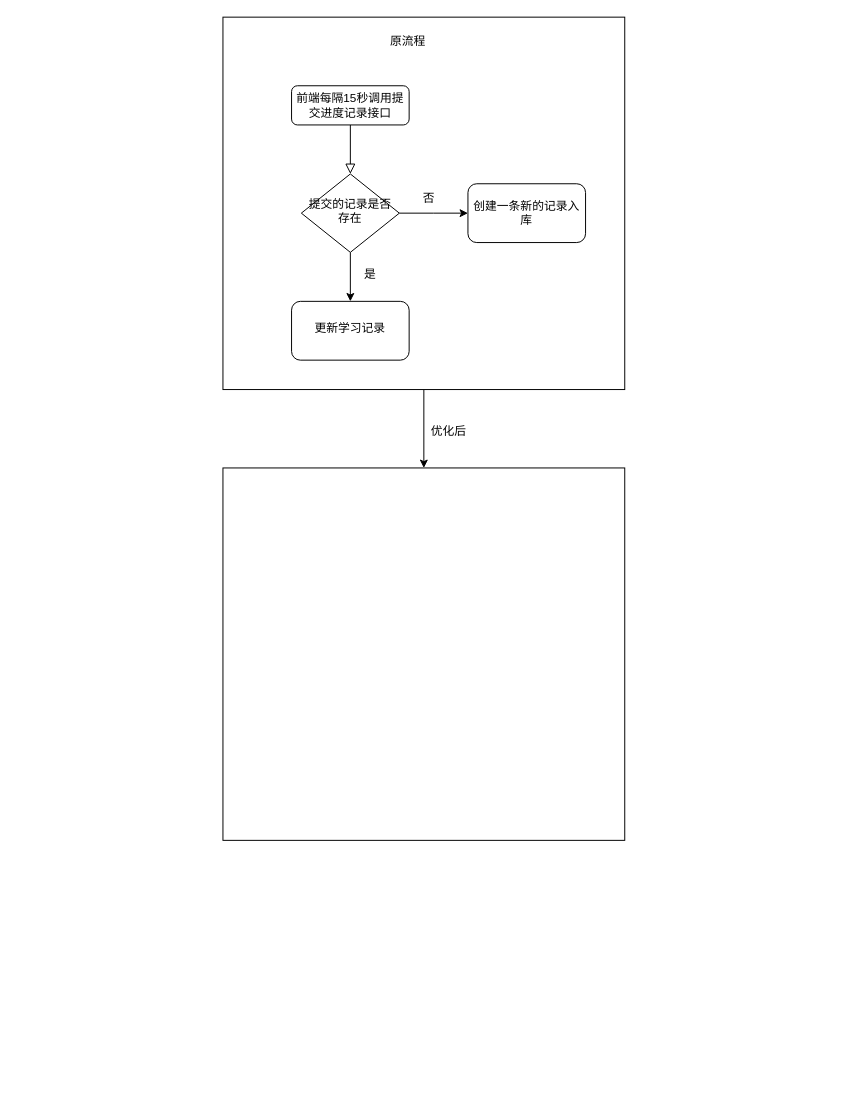
Earlier version of the draw.io diagram learnhub/学习进度记录优化.drawio (lianyutian/drawio). Source tidied: cells renumbered, new cells numbered last; positions are measured from the earlier drawing's top-left corner, leaving out a move shared by most shapes. Both pictures are drawn from the tidied source at 98%, with x=0, y=0 at pixel (222, 17).
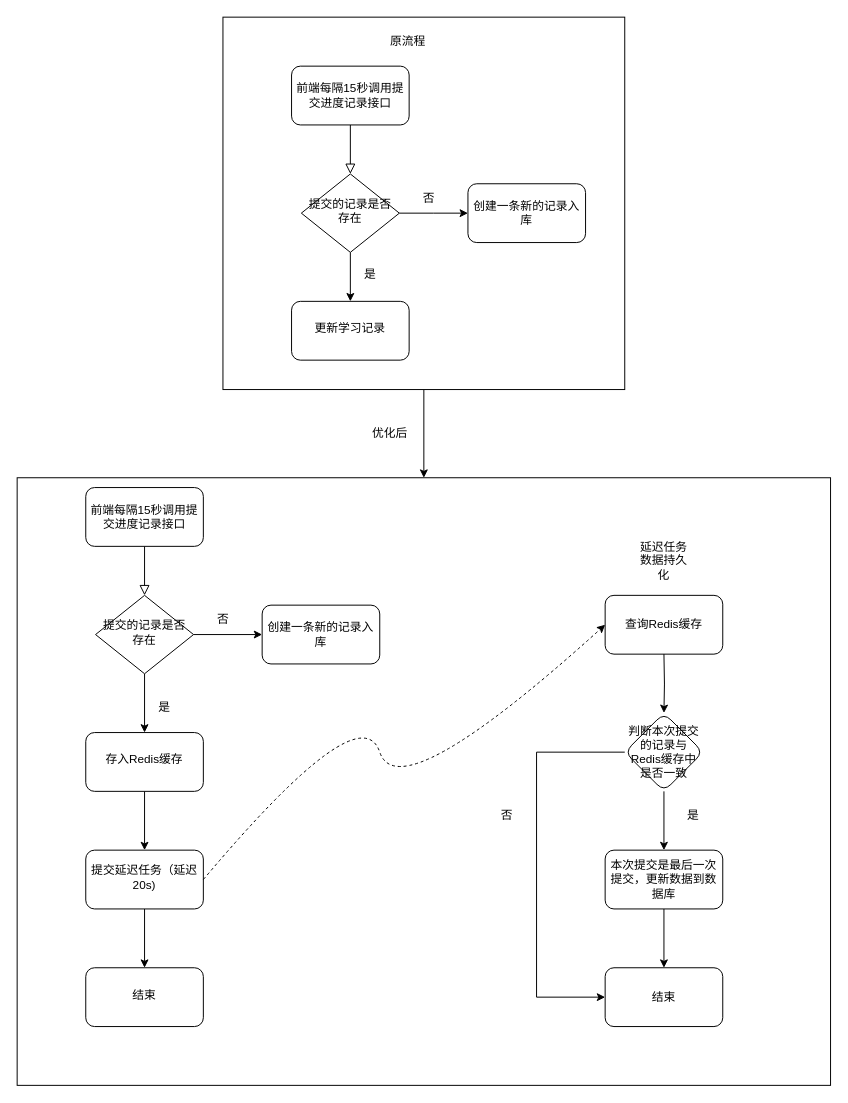
The same diagram, later.

Commit message:
更新学习进度记录优化.drawio

What changed in the source:
```diff
@@
     <mxCell id="5" value="前端每隔15秒调用提交进度记录接口" style="rounded=1;whiteSpace=wrap;html=1;fontSize=12;glass=0;strokeWidth=1;shadow=0;" parent="1" vertex="1">
-      <mxGeometry x="70" y="70" width="120" height="40" as="geometry" />
+      <mxGeometry x="70" y="50" width="120" height="60" as="geometry" />
     </mxCell>
@@
     <mxCell id="14" style="rounded=0;whiteSpace=wrap;html=1;labelBackgroundColor=#3399FF;" parent="1" vertex="1">
-      <mxGeometry y="460" width="410" height="380" as="geometry" />
+      <mxGeometry x="-210" y="470" width="830" height="620" as="geometry" />
     </mxCell>
     <mxCell id="15" value="优化后" style="text;html=1;align=center;verticalAlign=middle;strokeColor=none;fillColor=none;" parent="1" vertex="1">
-      <mxGeometry x="200" y="408" width="60" height="30" as="geometry" />
+      <mxGeometry x="140" y="410" width="60" height="30" as="geometry" />
     </mxCell>
+    <mxCell id="16" style="rounded=0;html=1;jettySize=auto;fontSize=11;endArrow=block;endFill=0;endSize=8;strokeWidth=1;shadow=0;labelBackgroundColor=none;edgeStyle=orthogonalEdgeStyle;" parent="1" edge="1" source="17" target="19">
+      <mxGeometry relative="1" as="geometry" />
+    </mxCell>
+    <mxCell id="17" value="前端每隔15秒调用提交进度记录接口" style="rounded=1;whiteSpace=wrap;html=1;fontSize=12;glass=0;strokeWidth=1;shadow=0;" parent="1" vertex="1">
+      <mxGeometry x="-140" y="480" width="120" height="60" as="geometry" />
+    </mxCell>
+    <mxCell id="18" style="edgeStyle=orthogonalEdgeStyle;rounded=0;jettySize=auto;html=1;" parent="1" edge="1" source="19" target="24">
+      <mxGeometry relative="1" as="geometry" />
+    </mxCell>
+    <mxCell id="19" value="提交的记录是否存在" style="rhombus;whiteSpace=wrap;html=1;shadow=0;fontFamily=Helvetica;fontSize=12;align=center;strokeWidth=1;spacing=6;spacingTop=-4;" parent="1" vertex="1">
+      <mxGeometry x="-130" y="590" width="100" height="80" as="geometry" />
+    </mxCell>
+    <mxCell id="20" value="否" style="text;html=1;align=center;verticalAlign=middle;strokeColor=none;fillColor=none;" parent="1" vertex="1">
+      <mxGeometry x="-20" y="600" width="40" height="30" as="geometry" />
+    </mxCell>
+    <mxCell id="21" value="创建一条新的记录入库" style="rounded=1;whiteSpace=wrap;html=1;" parent="1" vertex="1">
+      <mxGeometry x="40" y="600" width="120" height="60" as="geometry" />
+    </mxCell>
+    <mxCell id="22" style="endArrow=classic;html=1;rounded=0;exitX=1;exitY=0.5;exitDx=0;exitDy=0;" parent="1" edge="1" source="19" target="21">
+      <mxGeometry relative="1" as="geometry" />
+    </mxCell>
+    <mxCell id="23" style="edgeStyle=orthogonalEdgeStyle;rounded=0;jettySize=auto;html=1;" parent="1" edge="1" source="24" target="27">
+      <mxGeometry relative="1" as="geometry" />
+    </mxCell>
+    <mxCell id="24" value="存入Redis缓存" style="rounded=1;whiteSpace=wrap;html=1;shadow=0;strokeWidth=1;spacing=6;spacingTop=-4;" parent="1" vertex="1">
+      <mxGeometry x="-140" y="730" width="120" height="60" as="geometry" />
+    </mxCell>
+    <mxCell id="25" value="是" style="text;html=1;align=center;verticalAlign=middle;strokeColor=none;fillColor=none;" parent="1" vertex="1">
+      <mxGeometry x="-80" y="690" width="40" height="30" as="geometry" />
+    </mxCell>
+    <mxCell id="26" style="edgeStyle=orthogonalEdgeStyle;rounded=0;jettySize=auto;html=1;" parent="1" edge="1" source="27" target="35">
+      <mxGeometry relative="1" as="geometry" />
+    </mxCell>
+    <mxCell id="27" value="提交延迟任务（延迟20s)" style="rounded=1;whiteSpace=wrap;html=1;shadow=0;strokeWidth=1;spacing=6;spacingTop=-4;" parent="1" vertex="1">
+      <mxGeometry x="-140" y="850" width="120" height="60" as="geometry" />
+    </mxCell>
+    <mxCell id="28" value="查询Redis缓存" style="rounded=1;whiteSpace=wrap;html=1;" parent="1" vertex="1">
+      <mxGeometry x="390" y="590" width="120" height="60" as="geometry" />
+    </mxCell>
+    <mxCell id="29" style="edgeStyle=orthogonalEdgeStyle;rounded=0;jettySize=auto;html=1;" parent="1" edge="1" target="31">
+      <mxGeometry relative="1" as="geometry">
+        <mxPoint x="450" y="650" as="sourcePoint" />
+      </mxGeometry>
+    </mxCell>
+    <mxCell id="30" style="edgeStyle=orthogonalEdgeStyle;rounded=0;jettySize=auto;html=1;" parent="1" edge="1" source="31" target="33">
+      <mxGeometry relative="1" as="geometry" />
+    </mxCell>
+    <mxCell id="31" value="判断本次提交的记录与Redis缓存中是否一致" style="rhombus;whiteSpace=wrap;html=1;rounded=1;" parent="1" vertex="1">
+      <mxGeometry x="410" y="710" width="80" height="80" as="geometry" />
+    </mxCell>
+    <mxCell id="32" style="edgeStyle=orthogonalEdgeStyle;rounded=0;jettySize=auto;html=1;" parent="1" edge="1" source="33" target="36">
+      <mxGeometry relative="1" as="geometry" />
+    </mxCell>
+    <mxCell id="33" value="本次提交是最后一次提交，更新数据到数据库" style="rounded=1;whiteSpace=wrap;html=1;" parent="1" vertex="1">
+      <mxGeometry x="390" y="850" width="120" height="60" as="geometry" />
+    </mxCell>
+    <mxCell id="34" value="是" style="text;html=1;align=center;verticalAlign=middle;whiteSpace=wrap;rounded=0;" parent="1" vertex="1">
+      <mxGeometry x="450" y="800" width="60" height="30" as="geometry" />
+    </mxCell>
+    <mxCell id="35" value="结束" style="rounded=1;whiteSpace=wrap;html=1;shadow=0;strokeWidth=1;spacing=6;spacingTop=-4;" parent="1" vertex="1">
+      <mxGeometry x="-140" y="970" width="120" height="60" as="geometry" />
+    </mxCell>
+    <mxCell id="36" value="结束" style="rounded=1;whiteSpace=wrap;html=1;" parent="1" vertex="1">
+      <mxGeometry x="390" y="970" width="120" height="60" as="geometry" />
+    </mxCell>
+    <mxCell id="37" style="endArrow=classic;html=1;rounded=0;entryX=0;entryY=0.5;entryDx=0;entryDy=0;exitX=0;exitY=0.5;exitDx=0;exitDy=0;" parent="1" edge="1" source="31" target="36">
+      <mxGeometry relative="1" as="geometry">
+        <Array as="points">
+          <mxPoint x="320" y="750" />
+          <mxPoint x="320" y="1000" />
+        </Array>
+      </mxGeometry>
+    </mxCell>
+    <mxCell id="38" value="否" style="text;html=1;align=center;verticalAlign=middle;whiteSpace=wrap;rounded=0;" parent="1" vertex="1">
+      <mxGeometry x="260" y="800" width="60" height="30" as="geometry" />
+    </mxCell>
+    <mxCell id="39" value="延迟任务数据持久化" style="text;html=1;align=center;verticalAlign=middle;whiteSpace=wrap;rounded=0;" parent="1" vertex="1">
+      <mxGeometry x="420" y="540" width="60" height="30" as="geometry" />
+    </mxCell>
+    <mxCell id="40" style="endArrow=classic;html=1;rounded=0;entryX=0;entryY=0.5;entryDx=0;entryDy=0;curved=1;dashed=1;" parent="1" edge="1" target="28">
+      <mxGeometry relative="1" as="geometry">
+        <mxPoint x="-20" y="880" as="sourcePoint" />
+        <Array as="points">
+          <mxPoint x="140" y="690" />
+          <mxPoint x="180" y="810" />
+        </Array>
+      </mxGeometry>
+    </mxCell>
```
